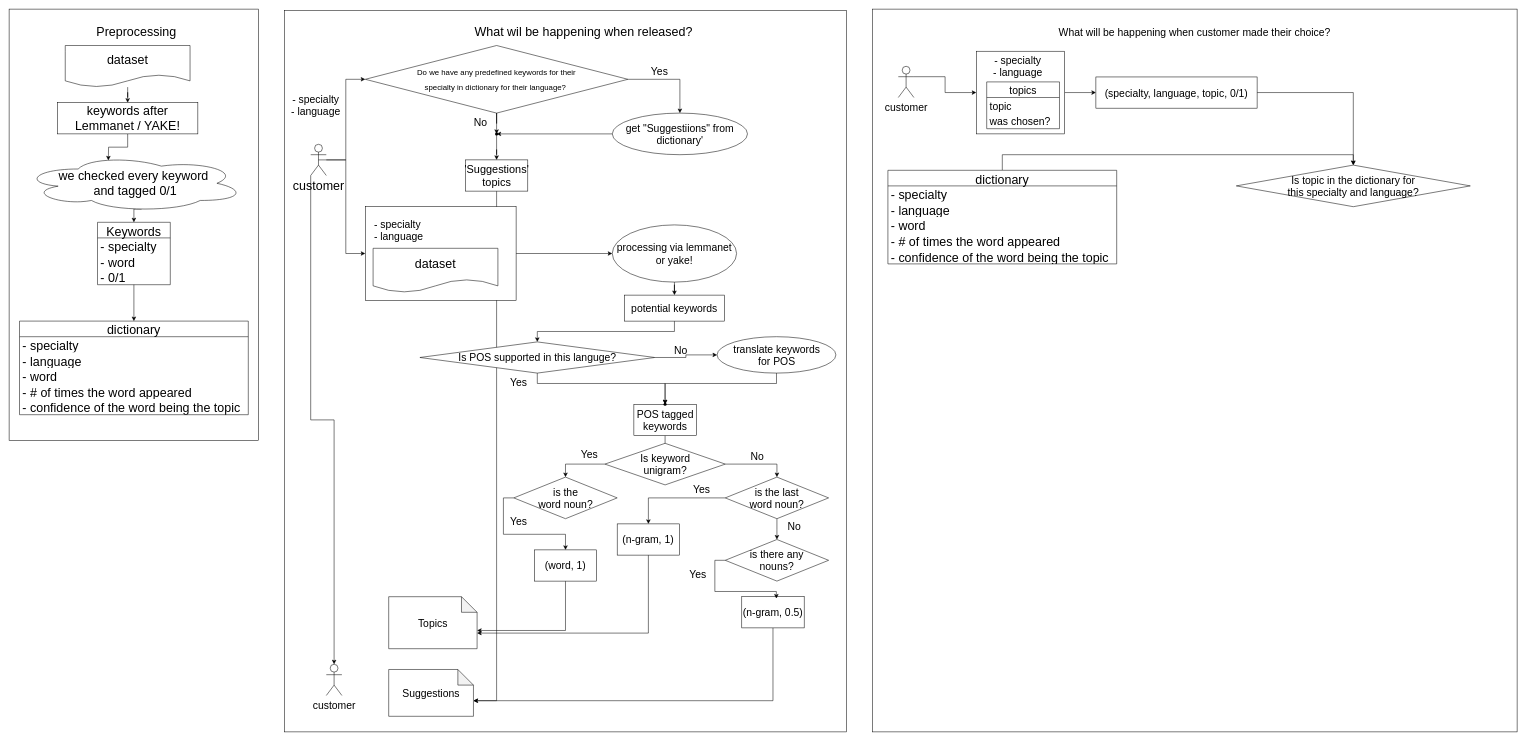
This is Untitled Diagram.drawio from yuliia-shevchenko137/yuliia-shevchenko137, a draw.io file, before an edit. Source tidied: cells renumbered, new cells numbered last; positions are measured from the earlier drawing's top-left corner, leaving out a move shared by most shapes. Both pictures are drawn from the tidied source at 52%, with x=0, y=0 at pixel (9, 9).
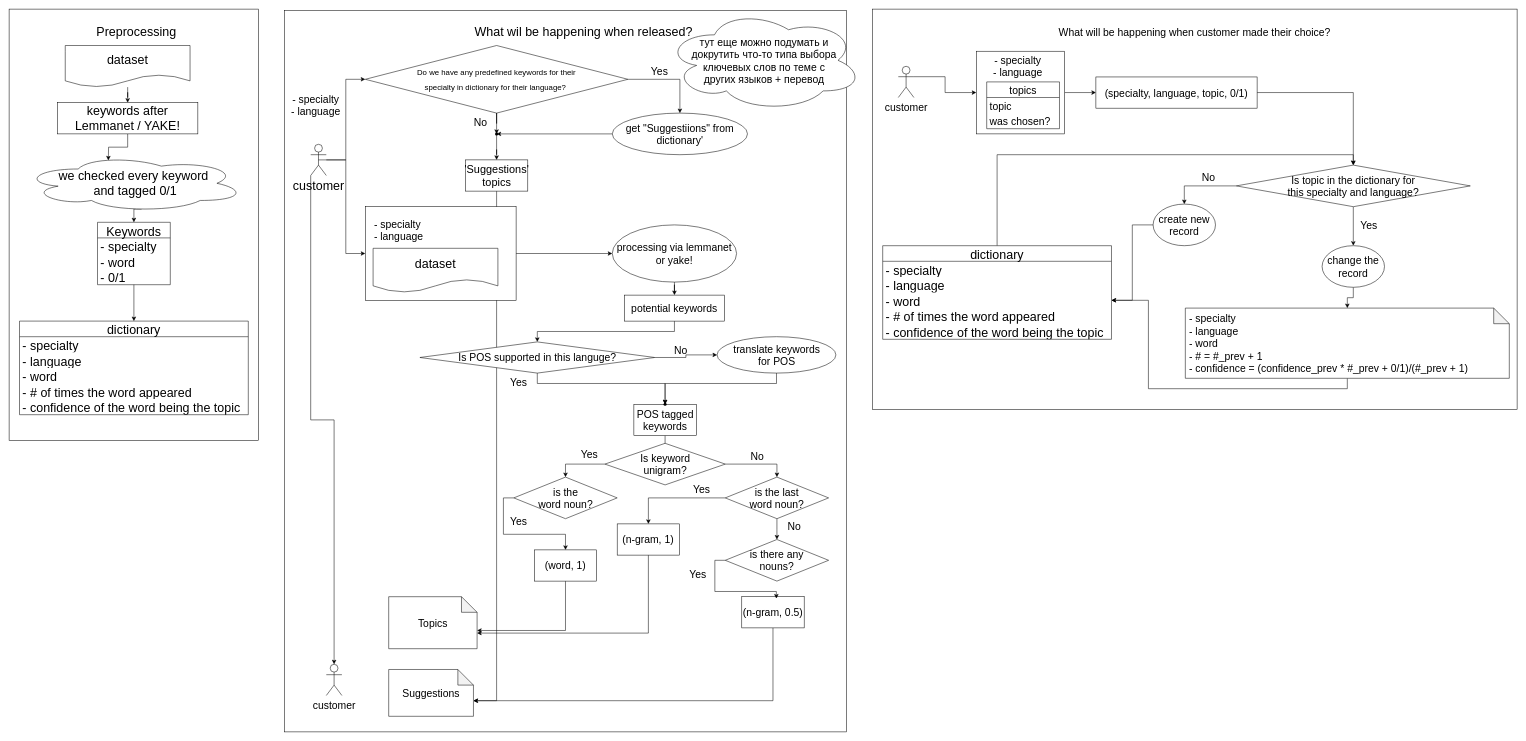
Above is the later version.

Commit message:
keyword processing final.drawio

Unchanged cells that the change refers to:
```xml
<mxCell id="96" value="- word" style="text;strokeColor=none;fillColor=none;align=left;verticalAlign=middle;spacingLeft=4;spacingRight=4;overflow=hidden;points=[[0,0.5],[1,0.5]];portConstraint=eastwest;fontSize=24;" parent="93" vertex="1">
  <mxGeometry y="90" width="440" height="30" as="geometry" />
</mxCell>
<mxCell id="101" value="Is topic in the dictionary for &lt;br&gt;this specialty and language?" style="rhombus;whiteSpace=wrap;html=1;fontSize=20;" parent="1" vertex="1">
  <mxGeometry x="2360" y="300" width="450" height="80" as="geometry" />
</mxCell>
```

Diff of the diagram source:
```diff
@@
     <mxCell id="82" style="rounded=0;whiteSpace=wrap;html=1;fontSize=20;" parent="1" vertex="1">
-      <mxGeometry x="1660" width="1240" height="1390" as="geometry" />
+      <mxGeometry x="1660" width="1240" height="770" as="geometry" />
     </mxCell>
@@
     <mxCell id="93" value="dictionary" style="swimlane;fontStyle=0;horizontal=1;startSize=30;fontSize=24;" parent="1" vertex="1">
-      <mxGeometry x="1690" y="310" width="440" height="180" as="geometry" />
+      <mxGeometry x="1680" y="455" width="440" height="180" as="geometry" />
     </mxCell>
@@
+    <mxCell id="102" style="edgeStyle=orthogonalEdgeStyle;rounded=0;jettySize=auto;html=1;exitX=0;exitY=0.5;exitDx=0;exitDy=0;fontSize=20;entryX=0.5;entryY=0;entryDx=0;entryDy=0;" parent="1" edge="1" source="101" target="106">
+      <mxGeometry relative="1" as="geometry" />
+    </mxCell>
+    <mxCell id="103" style="edgeStyle=orthogonalEdgeStyle;rounded=0;jettySize=auto;html=1;exitX=0.5;exitY=1;exitDx=0;exitDy=0;entryX=0.5;entryY=0;entryDx=0;entryDy=0;fontSize=20;" parent="1" edge="1" source="101" target="109">
+      <mxGeometry relative="1" as="geometry" />
+    </mxCell>
@@
+    <mxCell id="104" value="тут еще можно подумать и &lt;br&gt;докрутить что-то типа выбора &lt;br&gt;ключевых слов по теме с &lt;br&gt;других языков + перевод" style="ellipse;shape=cloud;whiteSpace=wrap;html=1;fontSize=20;" parent="1" vertex="1">
+      <mxGeometry x="1261.5" y="0.5" width="380" height="196" as="geometry" />
+    </mxCell>
+    <mxCell id="105" style="edgeStyle=orthogonalEdgeStyle;rounded=0;jettySize=auto;html=1;exitX=0;exitY=0.5;exitDx=0;exitDy=0;entryX=1;entryY=0.5;entryDx=0;entryDy=0;fontSize=20;" parent="1" edge="1" source="106" target="96">
+      <mxGeometry relative="1" as="geometry" />
+    </mxCell>
+    <mxCell id="106" value="create new record" style="ellipse;whiteSpace=wrap;html=1;fontSize=20;" parent="1" vertex="1">
+      <mxGeometry x="2200" y="375" width="120" height="80" as="geometry" />
+    </mxCell>
+    <mxCell id="107" value="No" style="text;html=1;strokeColor=none;fillColor=none;align=center;verticalAlign=middle;whiteSpace=wrap;rounded=0;fontSize=20;" parent="1" vertex="1">
+      <mxGeometry x="2277" y="308" width="60" height="30" as="geometry" />
+    </mxCell>
+    <mxCell id="108" style="edgeStyle=orthogonalEdgeStyle;rounded=0;jettySize=auto;html=1;exitX=0.5;exitY=1;exitDx=0;exitDy=0;entryX=0.5;entryY=0;entryDx=0;entryDy=0;entryPerimeter=0;fontSize=20;" parent="1" edge="1" source="109" target="112">
+      <mxGeometry relative="1" as="geometry" />
+    </mxCell>
+    <mxCell id="109" value="change the record" style="ellipse;whiteSpace=wrap;html=1;fontSize=20;" parent="1" vertex="1">
+      <mxGeometry x="2525" y="455" width="120" height="80" as="geometry" />
+    </mxCell>
+    <mxCell id="110" value="Yes" style="text;html=1;strokeColor=none;fillColor=none;align=center;verticalAlign=middle;whiteSpace=wrap;rounded=0;fontSize=20;" parent="1" vertex="1">
+      <mxGeometry x="2585" y="400" width="60" height="30" as="geometry" />
+    </mxCell>
+    <mxCell id="111" style="edgeStyle=orthogonalEdgeStyle;rounded=0;jettySize=auto;html=1;exitX=0.5;exitY=1;exitDx=0;exitDy=0;exitPerimeter=0;entryX=1;entryY=0.5;entryDx=0;entryDy=0;fontSize=20;" parent="1" edge="1" source="112" target="96">
+      <mxGeometry relative="1" as="geometry" />
+    </mxCell>
+    <mxCell id="112" value="&amp;nbsp;- specialty&lt;br&gt;&amp;nbsp;- language&lt;br&gt;&amp;nbsp;- word&lt;br&gt;&amp;nbsp;- # = #_prev + 1&lt;br&gt;&amp;nbsp;- confidence = (confidence_prev * #_prev + 0/1)/(#_prev + 1)" style="shape=note;whiteSpace=wrap;html=1;backgroundOutline=1;darkOpacity=0.05;fontSize=20;align=left;" parent="1" vertex="1">
+      <mxGeometry x="2262" y="575" width="623" height="135" as="geometry" />
+    </mxCell>
```
